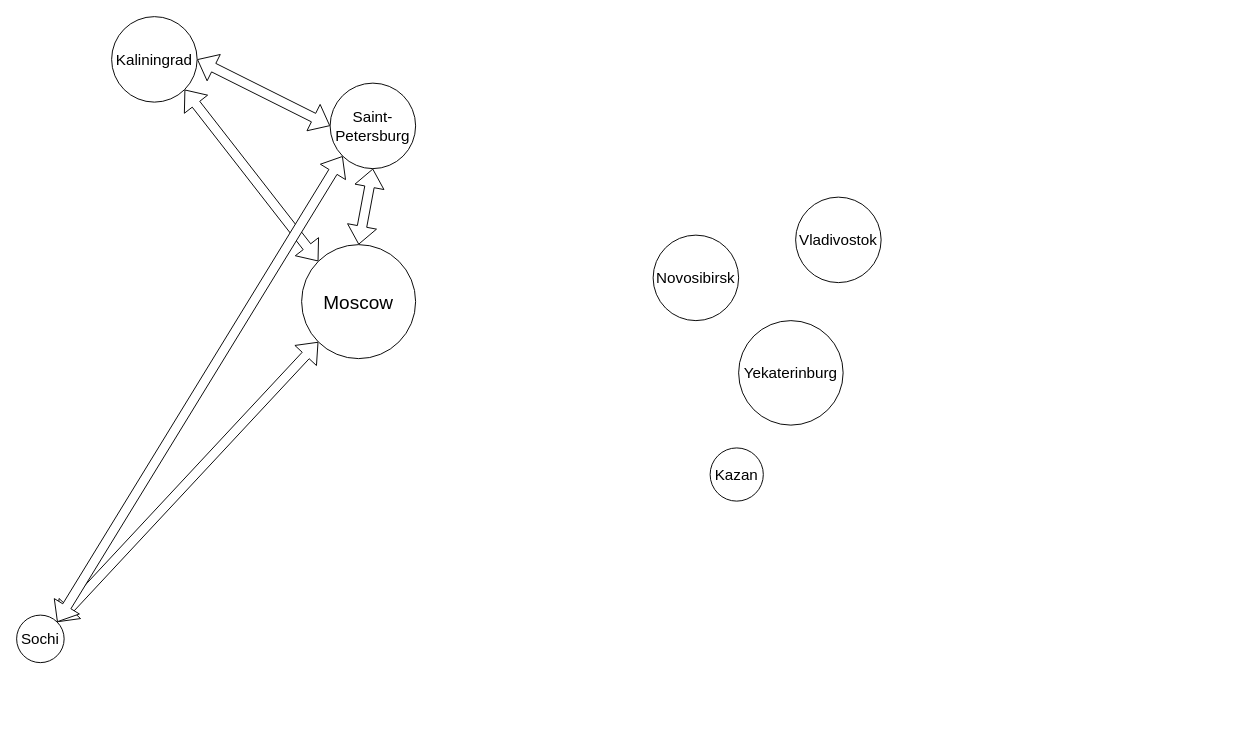
Before: Untitled Diagram.drawio in DMfananddu/DSM, a draw.io diagram. Source tidied: cells renumbered, new cells numbered last; positions are measured from the earlier drawing's top-left corner, leaving out a move shared by most shapes. Both pictures are drawn from the tidied source at 95%, with x=0, y=0 at pixel (16, 16).
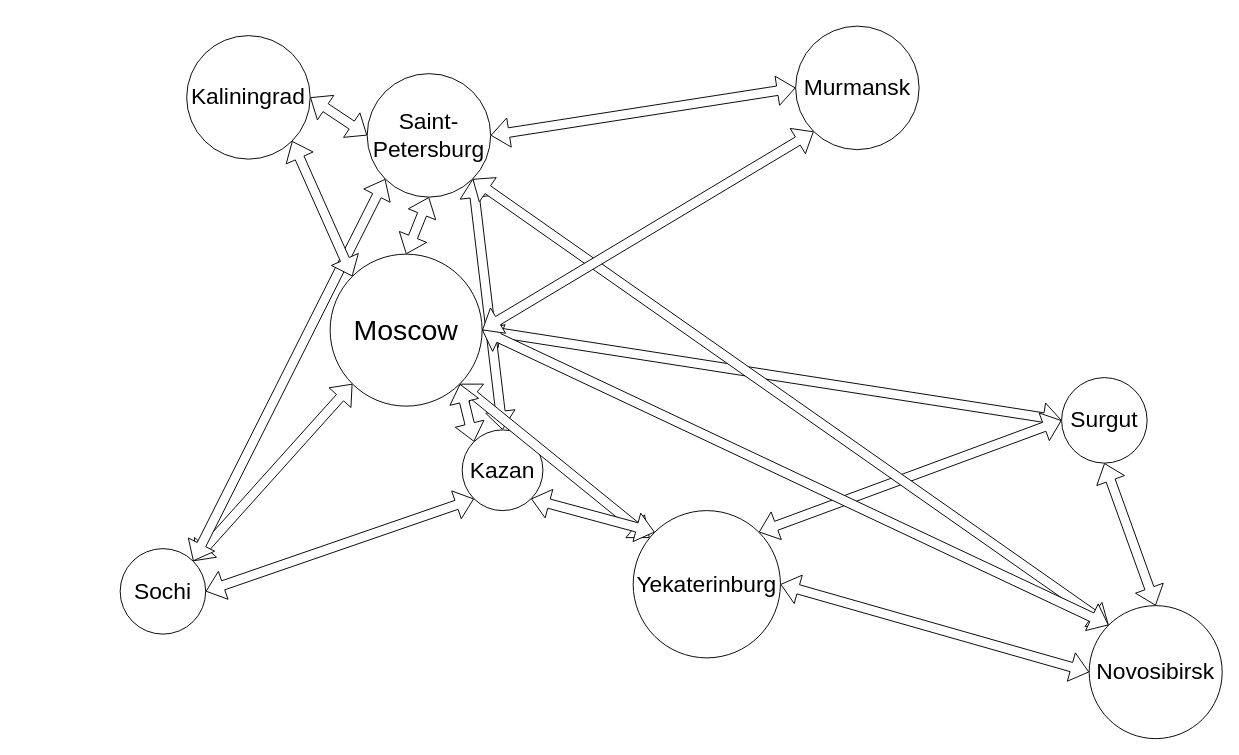
After the change.

Change to the diagram source:
```diff
@@
-    <mxCell id="2" style="rounded=0;jettySize=auto;html=1;exitX=0;exitY=0;exitDx=0;exitDy=0;entryX=1;entryY=1;entryDx=0;entryDy=0;shape=flexArrow;startArrow=block;fillColor=#ffffff;" parent="1" edge="1" source="4" target="10">
-      <mxGeometry relative="1" as="geometry" />
-    </mxCell>
+    <mxCell id="15" style="edgeStyle=none;shape=flexArrow;rounded=0;jettySize=auto;html=1;exitX=1;exitY=0.5;exitDx=0;exitDy=0;entryX=0;entryY=0.5;entryDx=0;entryDy=0;startArrow=block;fillColor=#ffffff;fontSize=30;" parent="1" edge="1" source="4" target="29">
+      <mxGeometry relative="1" as="geometry" />
+    </mxCell>
+    <mxCell id="16" style="edgeStyle=none;shape=flexArrow;rounded=0;jettySize=auto;html=1;exitX=1;exitY=0;exitDx=0;exitDy=0;entryX=0;entryY=0.5;entryDx=0;entryDy=0;startArrow=block;fillColor=#ffffff;fontSize=30;" parent="1" edge="1" source="8" target="29">
+      <mxGeometry relative="1" as="geometry" />
+    </mxCell>
+    <mxCell id="11" value="&lt;font style=&quot;font-size: 24px;&quot;&gt;Kazan&lt;/font&gt;" style="ellipse;whiteSpace=wrap;html=1;fontSize=24;" parent="1" vertex="1">
+      <mxGeometry x="469" y="435" width="85" height="85" as="geometry" />
+    </mxCell>
+    <mxCell id="17" style="edgeStyle=none;shape=flexArrow;rounded=0;jettySize=auto;html=1;exitX=0.5;exitY=0;exitDx=0;exitDy=0;entryX=1;entryY=1;entryDx=0;entryDy=0;startArrow=block;fillColor=#ffffff;fontSize=30;" parent="1" edge="1" source="11" target="6">
+      <mxGeometry relative="1" as="geometry" />
+    </mxCell>
+    <mxCell id="18" style="edgeStyle=none;shape=flexArrow;rounded=0;jettySize=auto;html=1;exitX=1;exitY=1;exitDx=0;exitDy=0;entryX=0;entryY=0;entryDx=0;entryDy=0;startArrow=block;fillColor=#ffffff;fontSize=30;" parent="1" edge="1" source="6" target="13">
+      <mxGeometry relative="1" as="geometry" />
+    </mxCell>
@@
+    <mxCell id="19" style="edgeStyle=none;shape=flexArrow;rounded=0;jettySize=auto;html=1;exitX=1;exitY=1;exitDx=0;exitDy=0;startArrow=block;fillColor=#ffffff;" parent="1" edge="1" source="4" target="8">
+      <mxGeometry relative="1" as="geometry" />
+    </mxCell>
+    <mxCell id="20" style="edgeStyle=none;shape=flexArrow;rounded=0;jettySize=auto;html=1;exitX=1;exitY=0.5;exitDx=0;exitDy=0;entryX=0;entryY=0;entryDx=0;entryDy=0;startArrow=block;fillColor=#ffffff;fontSize=30;" parent="1" edge="1" source="4" target="13">
+      <mxGeometry relative="1" as="geometry" />
+    </mxCell>
+    <mxCell id="21" style="edgeStyle=none;shape=flexArrow;rounded=0;jettySize=auto;html=1;exitX=1;exitY=0.5;exitDx=0;exitDy=0;entryX=0;entryY=1;entryDx=0;entryDy=0;startArrow=block;fillColor=#ffffff;fontSize=30;" parent="1" edge="1" source="4" target="27">
+      <mxGeometry relative="1" as="geometry" />
+    </mxCell>
-    <mxCell id="4" value="&lt;font style=&quot;font-size: 20px&quot;&gt;Moscow&lt;/font&gt;" style="ellipse;whiteSpace=wrap;html=1;" parent="1" vertex="1">
-      <mxGeometry x="300" y="240" width="120" height="120" as="geometry" />
+    <mxCell id="4" value="&lt;font style=&quot;font-size: 30px;&quot;&gt;Moscow&lt;/font&gt;" style="ellipse;whiteSpace=wrap;html=1;fontSize=30;" parent="1" vertex="1">
+      <mxGeometry x="330" y="250" width="160" height="160" as="geometry" />
     </mxCell>
@@
+    <mxCell id="22" style="edgeStyle=none;shape=flexArrow;rounded=0;jettySize=auto;html=1;exitX=1;exitY=0.5;exitDx=0;exitDy=0;entryX=0;entryY=0.5;entryDx=0;entryDy=0;startArrow=block;fillColor=#ffffff;fontSize=30;" parent="1" edge="1" source="6" target="27">
+      <mxGeometry relative="1" as="geometry" />
+    </mxCell>
-    <mxCell id="6" value="&lt;font style=&quot;font-size: 16px&quot;&gt;Saint-Petersburg&lt;/font&gt;" style="ellipse;whiteSpace=wrap;html=1;" parent="1" vertex="1">
-      <mxGeometry x="330" y="70" width="90" height="90" as="geometry" />
+    <mxCell id="6" value="&lt;font style=&quot;font-size: 24px;&quot;&gt;Saint-Petersburg&lt;/font&gt;" style="ellipse;whiteSpace=wrap;html=1;fontSize=24;" parent="1" vertex="1">
+      <mxGeometry x="369" y="60" width="130" height="130" as="geometry" />
     </mxCell>
-    <mxCell id="7" value="&lt;span style=&quot;font-size: 16px&quot;&gt;Sochi&lt;/span&gt;" style="ellipse;whiteSpace=wrap;html=1;" parent="1" vertex="1">
-      <mxGeometry y="630" width="50" height="50" as="geometry" />
+    <mxCell id="7" value="&lt;span style=&quot;font-size: 24px;&quot;&gt;Sochi&lt;/span&gt;" style="ellipse;whiteSpace=wrap;html=1;fontSize=24;" parent="1" vertex="1">
+      <mxGeometry x="109" y="560" width="90" height="90" as="geometry" />
     </mxCell>
+    <mxCell id="23" style="edgeStyle=none;shape=flexArrow;rounded=0;jettySize=auto;html=1;exitX=1;exitY=0.5;exitDx=0;exitDy=0;entryX=0;entryY=0.5;entryDx=0;entryDy=0;startArrow=block;fillColor=#ffffff;fontSize=30;" parent="1" edge="1" source="8" target="13">
+      <mxGeometry relative="1" as="geometry" />
+    </mxCell>
-    <mxCell id="8" value="&lt;font style=&quot;font-size: 16px&quot;&gt;Yekaterinburg&lt;/font&gt;" style="ellipse;whiteSpace=wrap;html=1;" parent="1" vertex="1">
-      <mxGeometry x="760" y="320" width="110" height="110" as="geometry" />
+    <mxCell id="8" value="&lt;font style=&quot;font-size: 24px;&quot;&gt;Yekaterinburg&lt;/font&gt;" style="ellipse;whiteSpace=wrap;html=1;fontSize=24;" parent="1" vertex="1">
+      <mxGeometry x="649" y="520" width="155" height="155" as="geometry" />
     </mxCell>
@@
-    <mxCell id="10" value="&lt;font style=&quot;font-size: 16px&quot;&gt;Kaliningrad&lt;/font&gt;" style="ellipse;whiteSpace=wrap;html=1;" parent="1" vertex="1">
-      <mxGeometry x="100" width="90" height="90" as="geometry" />
+    <mxCell id="10" value="&lt;font style=&quot;font-size: 24px;&quot;&gt;Kaliningrad&lt;/font&gt;" style="ellipse;whiteSpace=wrap;html=1;fontSize=24;" parent="1" vertex="1">
+      <mxGeometry x="179" y="20" width="130" height="130" as="geometry" />
     </mxCell>
-    <mxCell id="11" value="&lt;font style=&quot;font-size: 16px&quot;&gt;Kazan&lt;/font&gt;" style="ellipse;whiteSpace=wrap;html=1;" parent="1" vertex="1">
-      <mxGeometry x="730" y="454" width="56" height="56" as="geometry" />
-    </mxCell>
-    <mxCell id="12" value="&lt;font style=&quot;font-size: 16px&quot;&gt;Vladivostok&lt;/font&gt;" style="ellipse;whiteSpace=wrap;html=1;" parent="1" vertex="1">
-      <mxGeometry x="820" y="190" width="90" height="90" as="geometry" />
-    </mxCell>
+    <mxCell id="24" style="edgeStyle=none;shape=flexArrow;rounded=0;jettySize=auto;html=1;exitX=1;exitY=1;exitDx=0;exitDy=0;entryX=0;entryY=0;entryDx=0;entryDy=0;startArrow=block;fillColor=#ffffff;fontSize=30;" parent="1" edge="1" source="11" target="8">
+      <mxGeometry relative="1" as="geometry" />
+    </mxCell>
+    <mxCell id="25" style="edgeStyle=none;shape=flexArrow;rounded=0;jettySize=auto;html=1;exitX=0;exitY=0;exitDx=0;exitDy=0;entryX=1;entryY=1;entryDx=0;entryDy=0;startArrow=block;fillColor=#ffffff;fontSize=30;" parent="1" edge="1" source="11" target="4">
+      <mxGeometry relative="1" as="geometry" />
+    </mxCell>
+    <mxCell id="26" style="edgeStyle=none;shape=flexArrow;rounded=0;jettySize=auto;html=1;exitX=0;exitY=1;exitDx=0;exitDy=0;entryX=1;entryY=0.5;entryDx=0;entryDy=0;startArrow=block;fillColor=#ffffff;fontSize=30;" parent="1" edge="1" source="11" target="7">
+      <mxGeometry relative="1" as="geometry" />
+    </mxCell>
-    <mxCell id="13" value="&lt;font style=&quot;font-size: 16px&quot;&gt;Novosibirsk&lt;/font&gt;" style="ellipse;whiteSpace=wrap;html=1;" parent="1" vertex="1">
-      <mxGeometry x="670" y="230" width="90" height="90" as="geometry" />
+    <mxCell id="13" value="&lt;font style=&quot;font-size: 24px;&quot;&gt;Novosibirsk&lt;/font&gt;" style="ellipse;whiteSpace=wrap;html=1;fontSize=24;" parent="1" vertex="1">
+      <mxGeometry x="1129" y="620" width="140" height="140" as="geometry" />
     </mxCell>
@@
+    <mxCell id="2" style="rounded=0;jettySize=auto;html=1;exitX=0;exitY=0;exitDx=0;exitDy=0;entryX=1;entryY=1;entryDx=0;entryDy=0;shape=flexArrow;startArrow=block;fillColor=#ffffff;" parent="1" edge="1" source="4" target="10">
+      <mxGeometry relative="1" as="geometry" />
+    </mxCell>
+    <mxCell id="27" value="&lt;font style=&quot;font-size: 24px&quot;&gt;Murmansk&lt;/font&gt;" style="ellipse;whiteSpace=wrap;html=1;fontSize=24;" parent="1" vertex="1">
+      <mxGeometry x="820" y="10" width="130" height="130" as="geometry" />
+    </mxCell>
+    <mxCell id="28" style="edgeStyle=none;shape=flexArrow;rounded=0;jettySize=auto;html=1;exitX=0.5;exitY=1;exitDx=0;exitDy=0;entryX=0.5;entryY=0;entryDx=0;entryDy=0;startArrow=block;fillColor=#ffffff;fontSize=30;" parent="1" edge="1" source="29" target="13">
+      <mxGeometry relative="1" as="geometry" />
+    </mxCell>
+    <mxCell id="29" value="&lt;font style=&quot;font-size: 24px&quot;&gt;Surgut&lt;/font&gt;" style="ellipse;whiteSpace=wrap;html=1;fontSize=24;" parent="1" vertex="1">
+      <mxGeometry x="1100" y="380" width="90" height="90" as="geometry" />
+    </mxCell>
```
